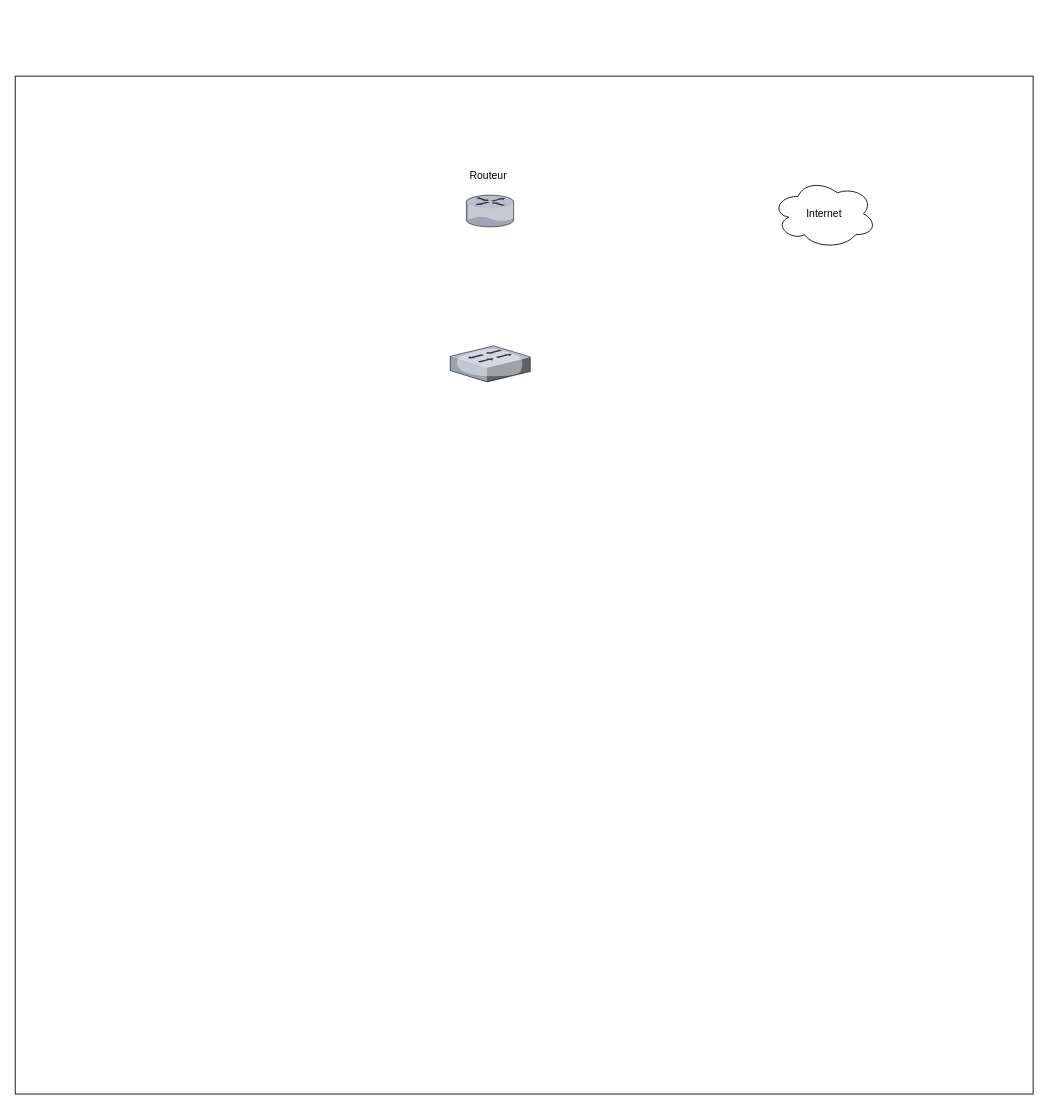
This is Schema_reseau.drawio from leeeooooooooo/Projet_Visualisation, a draw.io file, before an edit. Source tidied: cells renumbered, new cells numbered last; positions are measured from the earlier drawing's top-left corner, leaving out a move shared by most shapes. Both pictures are drawn from the tidied source at 87%, with x=0, y=0 at pixel (15, 76).
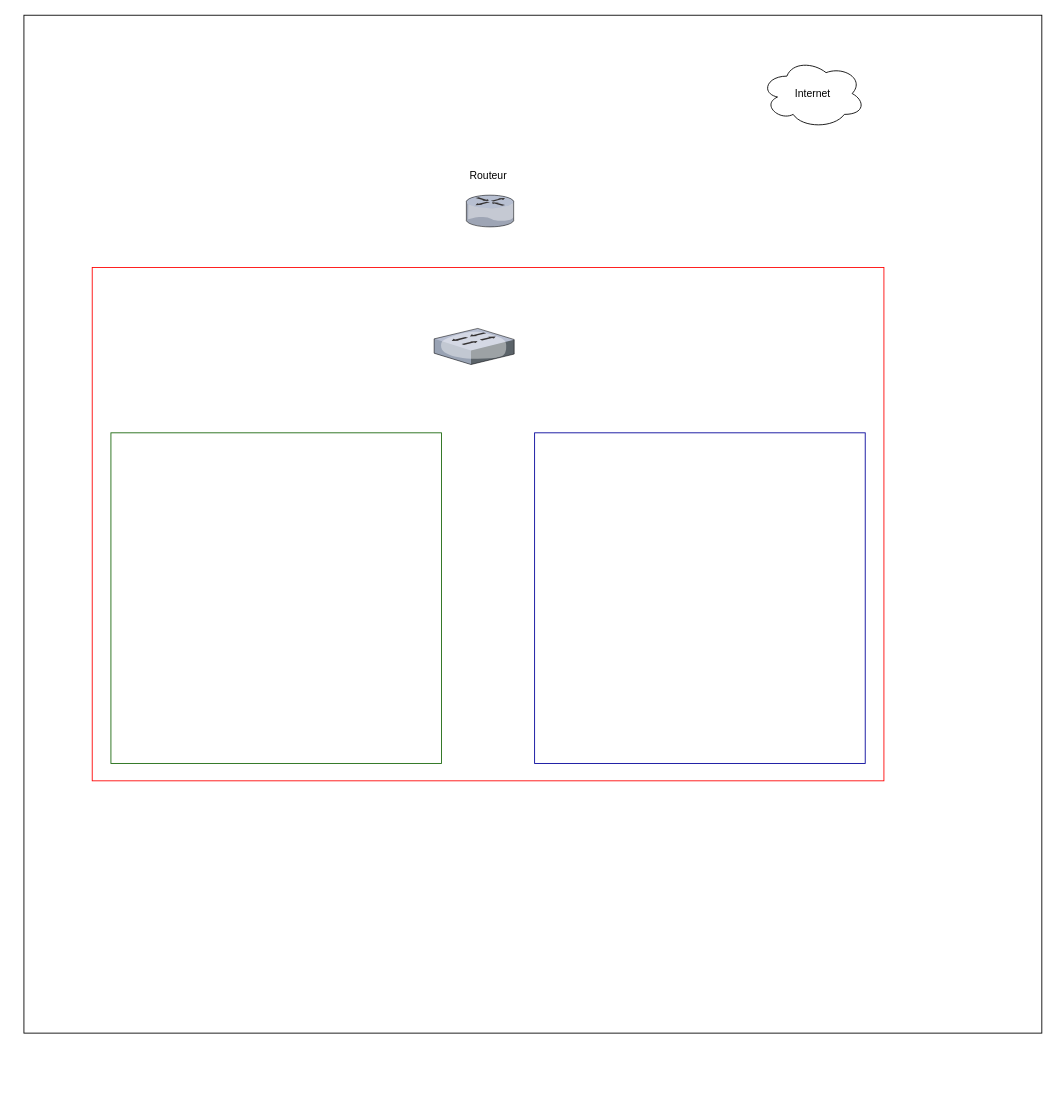
After the change.

Commit message (it also covers changes not shown here):
Mettre à jour Schema_reseau.drawio

Change to the diagram source:
```diff
@@
 <mxGraphModel>
   <root>
     <mxCell id="0" />
     <mxCell id="1" parent="0" />
     <mxCell id="2" style="whiteSpace=wrap;html=1;" parent="1" vertex="1">
-      <mxGeometry width="1170" height="1170" as="geometry" />
+      <mxGeometry x="10" y="-70" width="1170" height="1170" as="geometry" />
     </mxCell>
+    <mxCell id="8" style="rounded=0;whiteSpace=wrap;html=1;shadow=0;strokeColor=#FF0000;" parent="1" vertex="1">
+      <mxGeometry x="88.5" y="220" width="910" height="590" as="geometry" />
+    </mxCell>
+    <mxCell id="9" style="whiteSpace=wrap;html=1;strokeColor=#18660A;" parent="1" vertex="1">
+      <mxGeometry x="110" y="410" width="380" height="380" as="geometry" />
+    </mxCell>
     <mxCell id="3" style="ellipse;shape=cloud;whiteSpace=wrap;html=1;" parent="1" vertex="1">
-      <mxGeometry x="870" y="118.2" width="120" height="80" as="geometry" />
+      <mxGeometry x="857" y="-20" width="120" height="80" as="geometry" />
     </mxCell>
     <mxCell id="4" value="Routeur" style="text;html=1;align=center;verticalAlign=middle;whiteSpace=wrap;rounded=0;" parent="1" vertex="1">
       <mxGeometry x="513.5" y="100" width="60" height="30" as="geometry" />
     </mxCell>
     <mxCell id="5" style="verticalLabelPosition=bottom;sketch=0;html=1;verticalAlign=top;strokeColor=none;align=center;shape=mxgraph.citrix.router;" parent="1" vertex="1">
       <mxGeometry x="518.5" y="136.8" width="55" height="36.5" as="geometry" />
     </mxCell>
     <mxCell id="6" style="verticalLabelPosition=bottom;sketch=0;html=1;verticalAlign=top;strokeColor=none;align=center;shape=mxgraph.citrix.switch;" parent="1" vertex="1">
-      <mxGeometry x="500" y="310" width="92" height="41.5" as="geometry" />
+      <mxGeometry x="481.5" y="290" width="92" height="41.5" as="geometry" />
     </mxCell>
     <mxCell id="7" value="Internet" style="text;html=1;align=center;verticalAlign=middle;whiteSpace=wrap;rounded=0;" parent="1" vertex="1">
-      <mxGeometry x="900" y="143.2" width="60" height="30" as="geometry" />
+      <mxGeometry x="887" y="5" width="60" height="30" as="geometry" />
     </mxCell>
+    <mxCell id="10" style="whiteSpace=wrap;html=1;strokeColor=#000099;" parent="1" vertex="1">
+      <mxGeometry x="597" y="410" width="380" height="380" as="geometry" />
+    </mxCell>
   </root>
 </mxGraphModel>
```
